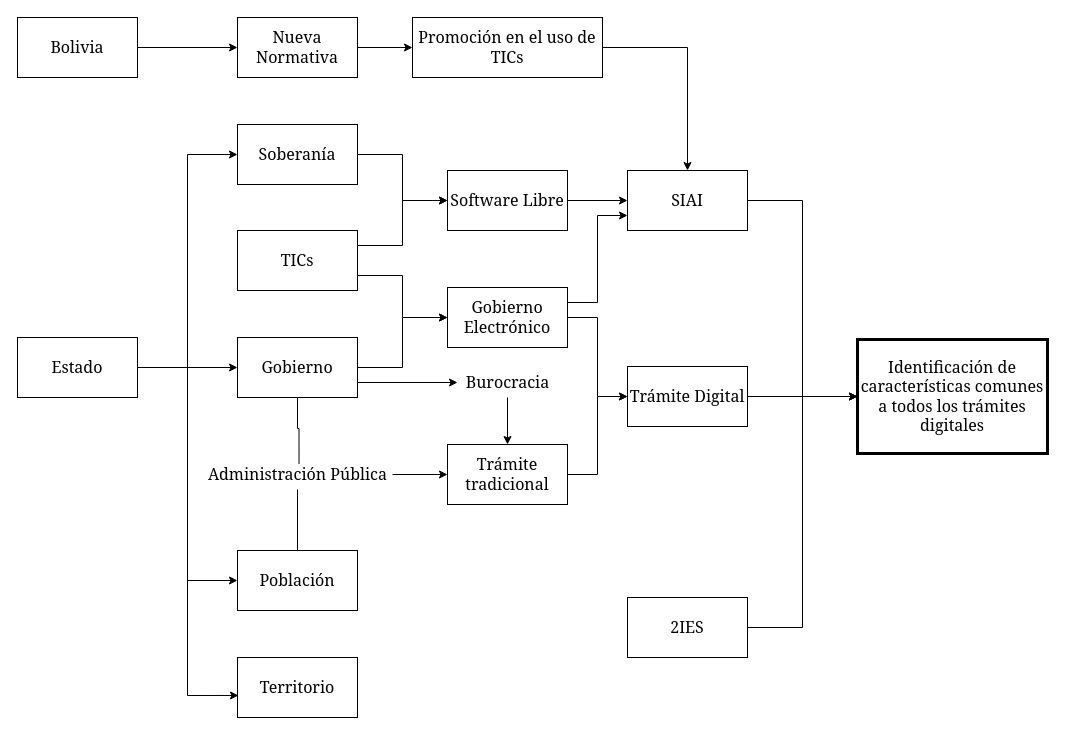
Before: docs/assets/sources/background.drawio in C-ArenA/Tunkunia, a draw.io diagram. Source tidied: cells renumbered, new cells numbered last; positions are measured from the earlier drawing's top-left corner, leaving out a move shared by most shapes. Both pictures are drawn from the tidied source at 100%, with x=0, y=0 at pixel (17, 17).
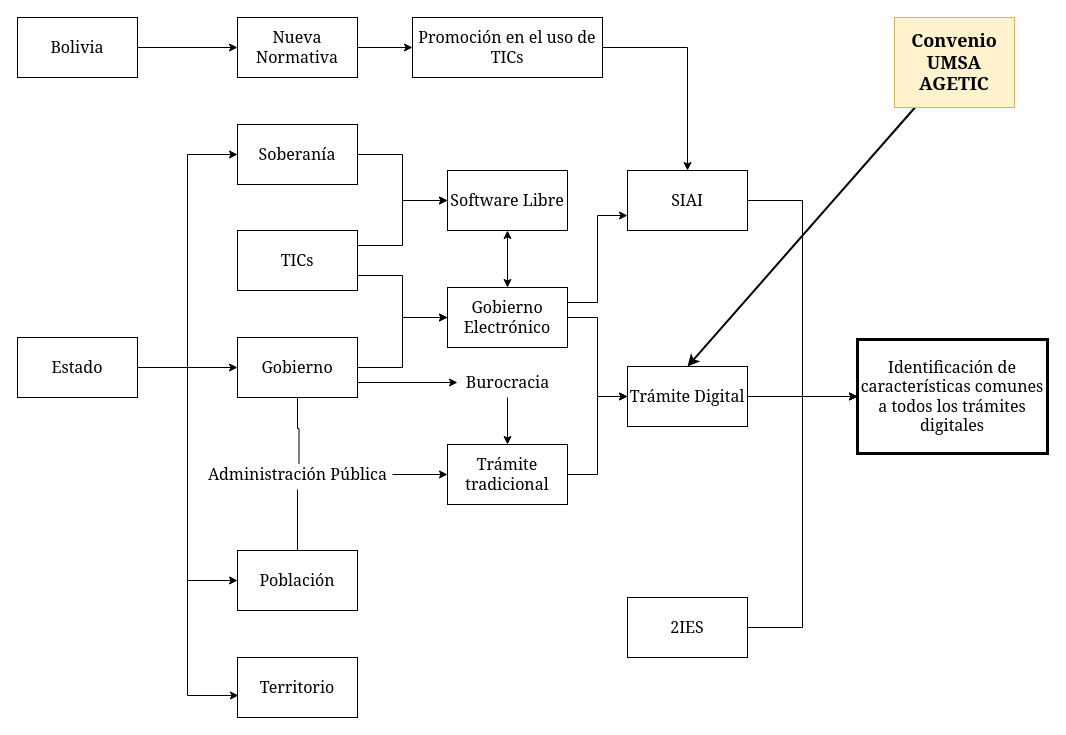
The same page after the edit.

Unchanged cells that the change refers to:
```xml
<mxCell id="21" value="Software Libre" style="whiteSpace=wrap;html=1;fontSize=16;fontFamily=Georgia;" parent="1" vertex="1">
  <mxGeometry x="430" y="153" width="120" height="60" as="geometry" />
</mxCell>
<mxCell id="30" value="Gobierno Electrónico" style="whiteSpace=wrap;html=1;fontSize=16;fontFamily=Georgia;" parent="1" vertex="1">
  <mxGeometry x="430" y="270" width="120" height="60" as="geometry" />
</mxCell>
<mxCell id="32" value="Trámite Digital" style="whiteSpace=wrap;html=1;fontSize=16;fontFamily=Georgia;" parent="1" vertex="1">
  <mxGeometry x="610" y="349" width="120" height="60" as="geometry" />
</mxCell>
<mxCell id="34" value="SIAI" style="whiteSpace=wrap;html=1;fontSize=16;fontFamily=Georgia;" parent="1" vertex="1">
  <mxGeometry x="610" y="153" width="120" height="60" as="geometry" />
</mxCell>
```

The edit, as a diff of the source:
```diff
@@
-    <mxCell id="20" style="edgeStyle=orthogonalEdgeStyle;rounded=0;jettySize=auto;html=1;entryX=0;entryY=0.5;entryDx=0;entryDy=0;" parent="1" edge="1" source="21" target="34">
-      <mxGeometry relative="1" as="geometry" />
-    </mxCell>
+    <mxCell id="43" style="edgeStyle=none;html=1;exitX=0.5;exitY=1;exitDx=0;exitDy=0;entryX=0.5;entryY=0;entryDx=0;entryDy=0;startArrow=classic;startFill=1;" parent="1" edge="1" source="21" target="30">
+      <mxGeometry relative="1" as="geometry" />
+    </mxCell>
@@
+    <mxCell id="44" style="edgeStyle=none;html=1;entryX=0.5;entryY=0;entryDx=0;entryDy=0;strokeWidth=2;" parent="1" edge="1" source="45" target="32">
+      <mxGeometry relative="1" as="geometry" />
+    </mxCell>
+    <mxCell id="45" value="Convenio&lt;br&gt;UMSA&lt;br&gt;AGETIC" style="whiteSpace=wrap;html=1;fontSize=18;fontFamily=Georgia;fillColor=#fff2cc;strokeColor=#d6b656;fontStyle=1;" parent="1" vertex="1">
+      <mxGeometry x="877" width="120" height="90" as="geometry" />
+    </mxCell>
```
